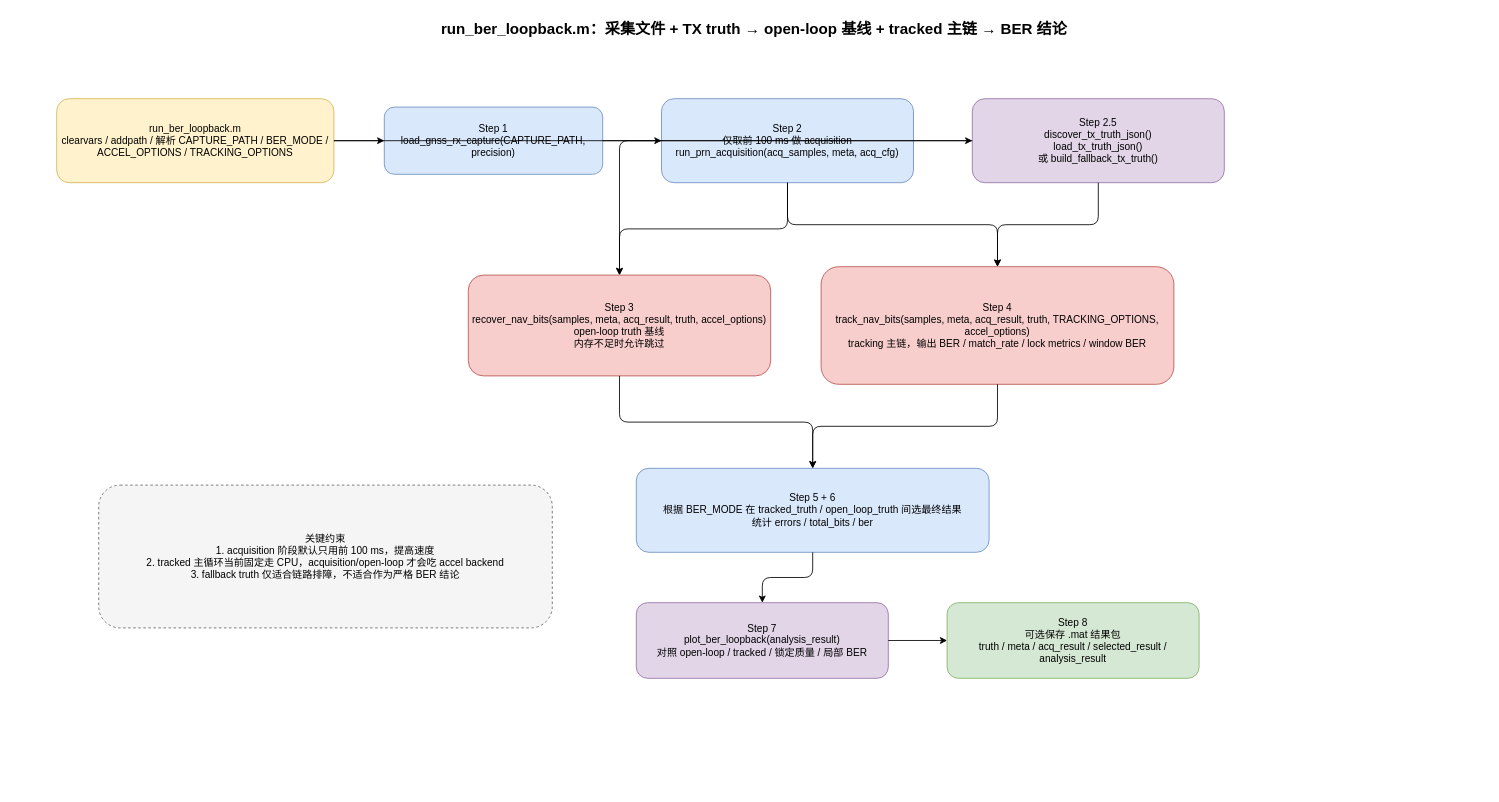
SHENAO1/GNSS_RX keeps this draw.io diagram as matlab/ber_loopback.drawio. Above is the earlier version. Source tidied: cells renumbered, new cells numbered last; positions are measured from the earlier drawing's top-left corner, leaving out a move shared by most shapes. Both pictures are drawn from the tidied source at 84%, with x=0, y=0 at pixel (56, 14).
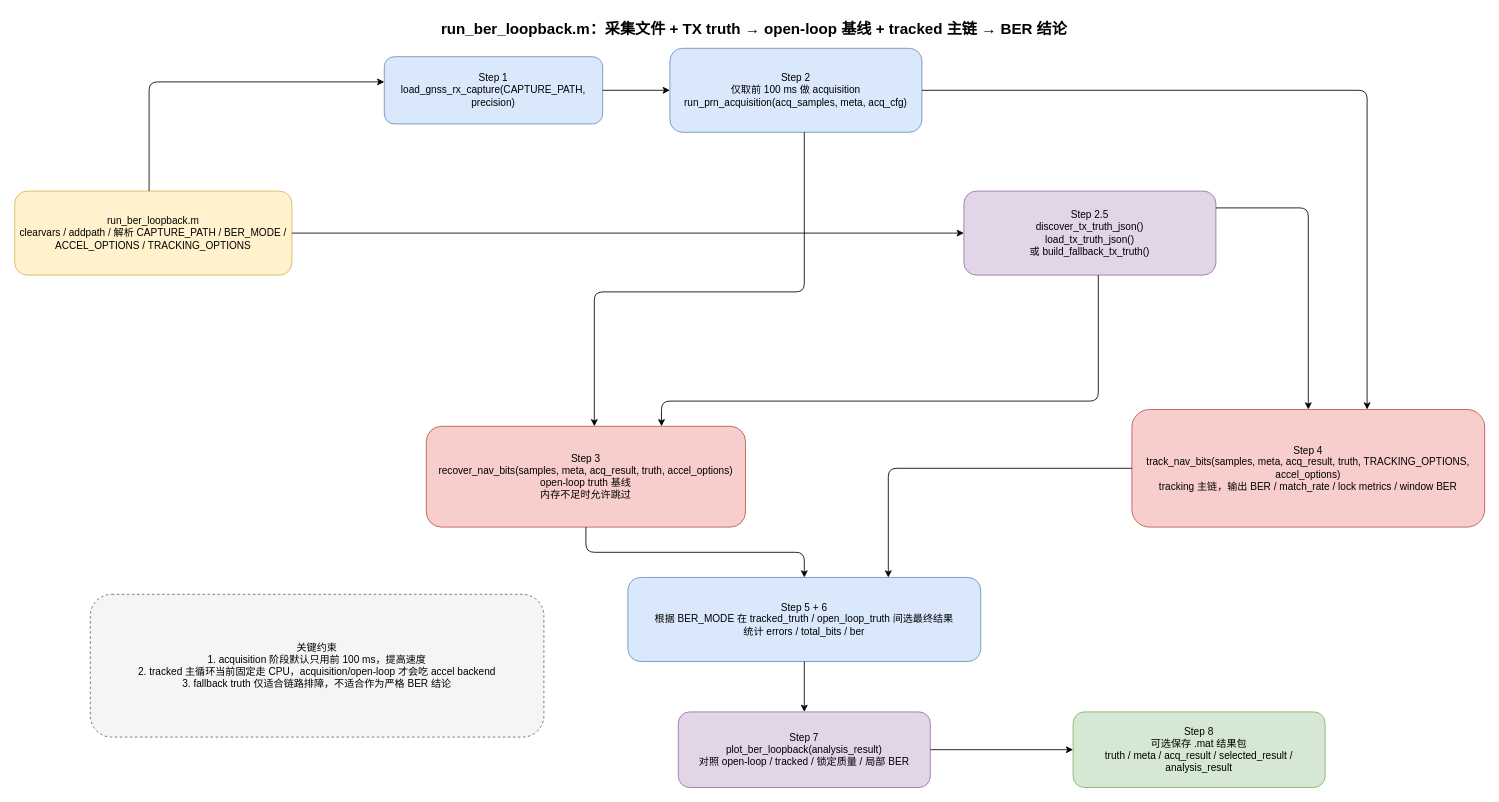
The same page after the edit.

What changed in the source:
```diff
@@
     <mxCell id="3" value="run_ber_loopback.m&#10;clearvars / addpath / 解析 CAPTURE_PATH / BER_MODE / ACCEL_OPTIONS / TRACKING_OPTIONS" style="rounded=1;whiteSpace=wrap;html=1;fillColor=#FFF2CC;strokeColor=#D6B656;" parent="1" vertex="1">
-      <mxGeometry y="100" width="330" height="100" as="geometry" />
+      <mxGeometry x="-50" y="210" width="330" height="100" as="geometry" />
     </mxCell>
     <mxCell id="4" value="Step 1&#10;load_gnss_rx_capture(CAPTURE_PATH, precision)" style="rounded=1;whiteSpace=wrap;html=1;fillColor=#DAE8FC;strokeColor=#6C8EBF;" parent="1" vertex="1">
-      <mxGeometry x="390" y="110" width="260" height="80" as="geometry" />
+      <mxGeometry x="390" y="50" width="260" height="80" as="geometry" />
     </mxCell>
     <mxCell id="5" value="Step 2&#10;仅取前 100 ms 做 acquisition&#10;run_prn_acquisition(acq_samples, meta, acq_cfg)" style="rounded=1;whiteSpace=wrap;html=1;fillColor=#DAE8FC;strokeColor=#6C8EBF;" parent="1" vertex="1">
-      <mxGeometry x="720" y="100" width="300" height="100" as="geometry" />
+      <mxGeometry x="730" y="40" width="300" height="100" as="geometry" />
     </mxCell>
     <mxCell id="6" value="Step 2.5&#10;discover_tx_truth_json()&#10;load_tx_truth_json()&#10;或 build_fallback_tx_truth()" style="rounded=1;whiteSpace=wrap;html=1;fillColor=#E1D5E7;strokeColor=#9673A6;" parent="1" vertex="1">
-      <mxGeometry x="1090" y="100" width="300" height="100" as="geometry" />
+      <mxGeometry x="1080" y="210" width="300" height="100" as="geometry" />
     </mxCell>
     <mxCell id="7" value="Step 3&#10;recover_nav_bits(samples, meta, acq_result, truth, accel_options)&#10;open-loop truth 基线&#10;内存不足时允许跳过" style="rounded=1;whiteSpace=wrap;html=1;fillColor=#F8CECC;strokeColor=#B85450;" parent="1" vertex="1">
-      <mxGeometry x="490" y="310" width="360" height="120" as="geometry" />
+      <mxGeometry x="440" y="490" width="380" height="120" as="geometry" />
     </mxCell>
     <mxCell id="8" value="Step 4&#10;track_nav_bits(samples, meta, acq_result, truth, TRACKING_OPTIONS, accel_options)&#10;tracking 主链，输出 BER / match_rate / lock metrics / window BER" style="rounded=1;whiteSpace=wrap;html=1;fillColor=#F8CECC;strokeColor=#B85450;" parent="1" vertex="1">
-      <mxGeometry x="910" y="300" width="420" height="140" as="geometry" />
+      <mxGeometry x="1280" y="470" width="420" height="140" as="geometry" />
     </mxCell>
     <mxCell id="9" value="Step 5 + 6&#10;根据 BER_MODE 在 tracked_truth / open_loop_truth 间选最终结果&#10;统计 errors / total_bits / ber" style="rounded=1;whiteSpace=wrap;html=1;fillColor=#DAE8FC;strokeColor=#6C8EBF;" parent="1" vertex="1">
-      <mxGeometry x="690" y="540" width="420" height="100" as="geometry" />
+      <mxGeometry x="680" y="670" width="420" height="100" as="geometry" />
     </mxCell>
     <mxCell id="10" value="Step 7&#10;plot_ber_loopback(analysis_result)&#10;对照 open-loop / tracked / 锁定质量 / 局部 BER" style="rounded=1;whiteSpace=wrap;html=1;fillColor=#E1D5E7;strokeColor=#9673A6;" parent="1" vertex="1">
-      <mxGeometry x="690" y="700" width="300" height="90" as="geometry" />
+      <mxGeometry x="740" y="830" width="300" height="90" as="geometry" />
     </mxCell>
     <mxCell id="11" value="Step 8&#10;可选保存 .mat 结果包&#10;truth / meta / acq_result / selected_result / analysis_result" style="rounded=1;whiteSpace=wrap;html=1;fillColor=#D5E8D4;strokeColor=#82B366;" parent="1" vertex="1">
-      <mxGeometry x="1060" y="700" width="300" height="90" as="geometry" />
+      <mxGeometry x="1210" y="830" width="300" height="90" as="geometry" />
     </mxCell>
     <mxCell id="12" value="关键约束&#10;1. acquisition 阶段默认只用前 100 ms，提高速度&#10;2. tracked 主循环当前固定走 CPU，acquisition/open-loop 才会吃 accel backend&#10;3. fallback truth 仅适合链路排障，不适合作为严格 BER 结论" style="rounded=1;whiteSpace=wrap;html=1;fillColor=#F5F5F5;strokeColor=#666666;dashed=1;" parent="1" vertex="1">
-      <mxGeometry x="50" y="560" width="540" height="170" as="geometry" />
+      <mxGeometry x="40" y="690" width="540" height="170" as="geometry" />
     </mxCell>
     <mxCell id="13" style="edgeStyle=orthogonalEdgeStyle;html=1;" parent="1" edge="1" source="3" target="4">
-      <mxGeometry relative="1" as="geometry" />
+      <mxGeometry relative="1" as="geometry">
+        <Array as="points">
+          <mxPoint x="110" y="80" />
+        </Array>
+      </mxGeometry>
     </mxCell>
@@
     <mxCell id="16" style="edgeStyle=orthogonalEdgeStyle;html=1;" parent="1" edge="1" source="5" target="7">
-      <mxGeometry relative="1" as="geometry" />
+      <mxGeometry relative="1" as="geometry">
+        <Array as="points">
+          <mxPoint x="890" y="330" />
+          <mxPoint x="640" y="330" />
+        </Array>
+      </mxGeometry>
     </mxCell>
     <mxCell id="17" style="edgeStyle=orthogonalEdgeStyle;html=1;" parent="1" edge="1" source="6" target="7">
-      <mxGeometry relative="1" as="geometry" />
+      <mxGeometry relative="1" as="geometry">
+        <Array as="points">
+          <mxPoint x="1240" y="460" />
+          <mxPoint x="720" y="460" />
+        </Array>
+      </mxGeometry>
     </mxCell>
-    <mxCell id="18" style="edgeStyle=orthogonalEdgeStyle;html=1;" parent="1" edge="1" source="5" target="8">
-      <mxGeometry relative="1" as="geometry" />
+    <mxCell id="18" style="edgeStyle=orthogonalEdgeStyle;html=1;exitX=1;exitY=0.5;exitDx=0;exitDy=0;" parent="1" edge="1" source="5">
+      <mxGeometry relative="1" as="geometry">
+        <mxPoint x="1560" y="470" as="targetPoint" />
+        <Array as="points">
+          <mxPoint x="1560" y="90" />
+        </Array>
+      </mxGeometry>
     </mxCell>
     <mxCell id="19" style="edgeStyle=orthogonalEdgeStyle;html=1;" parent="1" edge="1" source="6" target="8">
-      <mxGeometry relative="1" as="geometry" />
+      <mxGeometry relative="1" as="geometry">
+        <Array as="points">
+          <mxPoint x="1490" y="230" />
+        </Array>
+      </mxGeometry>
     </mxCell>
@@
     <mxCell id="21" style="edgeStyle=orthogonalEdgeStyle;html=1;" parent="1" edge="1" source="8" target="9">
-      <mxGeometry relative="1" as="geometry" />
+      <mxGeometry relative="1" as="geometry">
+        <Array as="points">
+          <mxPoint x="990" y="540" />
+        </Array>
+      </mxGeometry>
     </mxCell>
```
